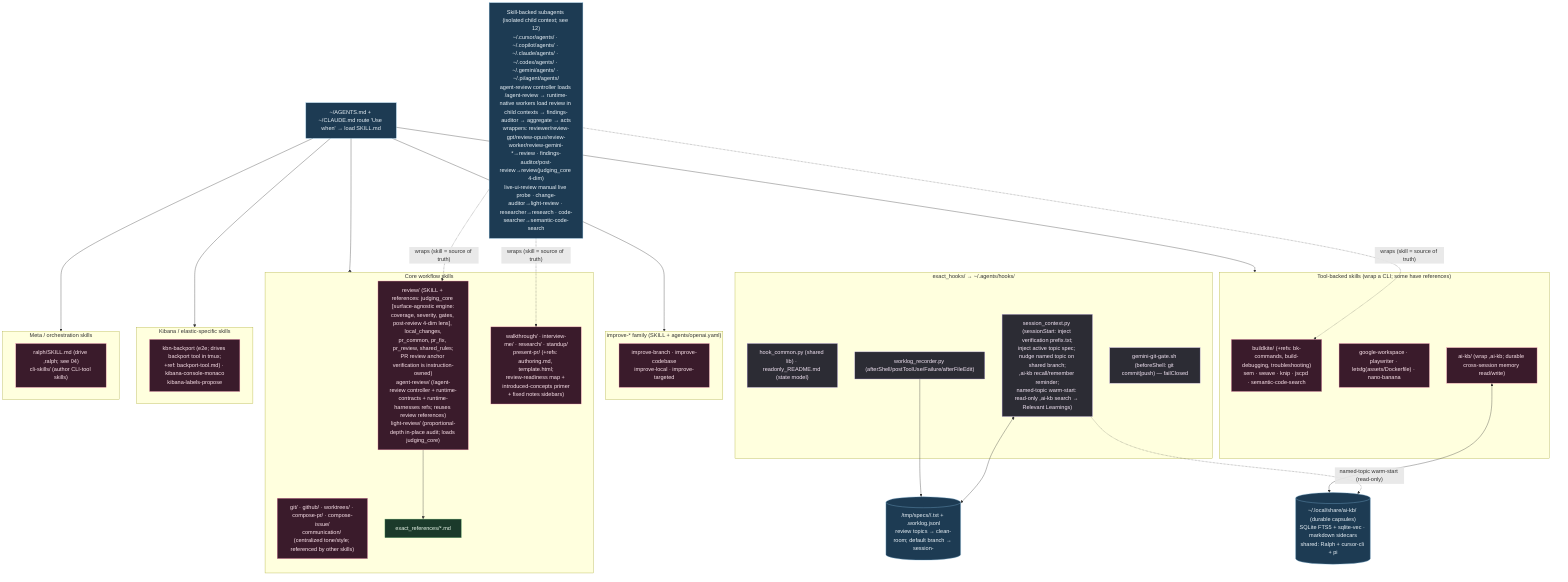
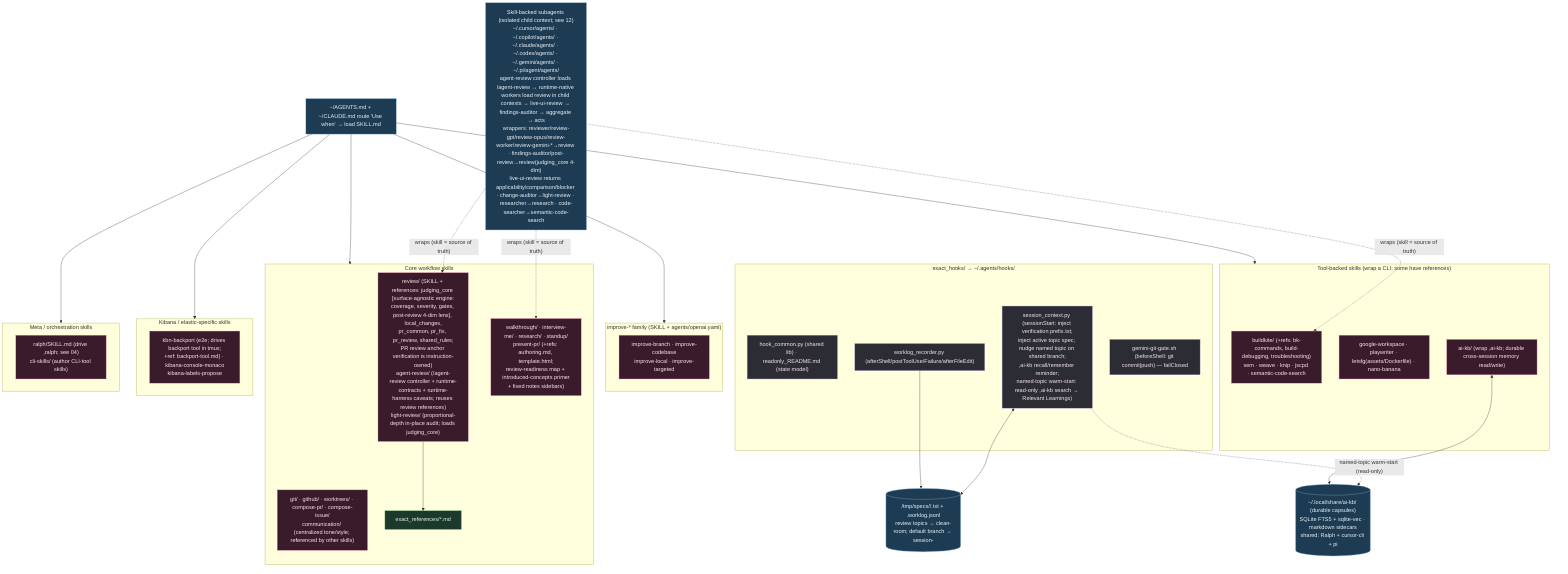
%% ============================================================================
%% 03b-agent-skills-hooks.mmd — Every file under home/exact_dot_agents/ (62).
%% Skills → ~/.agents/skills/ (intent-routed SKILL.md). Shared hooks → ~/.agents/hooks/.
%% ============================================================================
flowchart TB
    classDef skill fill:#3a1b2b,stroke:#f48fb1,color:#fce4ec;
    classDef hook fill:#2c2c34,stroke:#b39ddb,color:#f3e5f5;
    classDef ref fill:#1b3a2b,stroke:#81c784,color:#e8f5e9;
    classDef data fill:#1d3b53,stroke:#7fb3d5,color:#eaf2f8;

    subgraph HOOKS["exact_hooks/ → ~/.agents/hooks/"]
        HC["hook_common.py (shared lib) · readonly_README.md (state model)"]:::hook
        SCx["session_context.py (sessionStart: inject verification prefix.txt;<br/>inject active topic spec; nudge named topic on shared branch;<br/>,ai-kb recall/remember reminder;<br/>named-topic warm-start: read-only ,ai-kb search → Relevant Learnings)"]:::hook
        WLx["worklog_recorder.py (afterShell/postToolUse/Failure/afterFileEdit)"]:::hook
        GG["gemini-git-gate.sh (beforeShell: git commit|push) — failClosed"]:::hook
    end

    MEM[("/tmp/specs/<pwd>/<topic>.txt + .worklog.jsonl<br/>review topics → clean-room; default branch → session-<id>")]:::data
    SCx <--> MEM
    WLx --> MEM

    KBDB[("~/.local/share/ai-kb/ (durable capsules)<br/>SQLite FTS5 + sqlite-vec · markdown sidecars<br/>shared: Ralph + cursor-cli + pi")]:::data
    SCx -. "named-topic warm-start (read-only)" .-> KBDB

    subgraph CORE["Core workflow skills"]
-         S1["review/ (SKILL + references: judging_core [surface-agnostic engine:<br/>coverage, severity, gates, post-review 4-dim lens], local_changes,<br/>pr_common, pr_fix, pr_review, shared_rules;<br/>PR review anchor verification is instruction-owned)<br/>agent-review/ (/agent-review controller + runtime-contracts + runtime-harnesses refs; reuses review references)<br/>light-review/ (proportional-depth in-place audit; loads judging_core)"]:::skill
+         S1["review/ (SKILL + references: judging_core [surface-agnostic engine:<br/>coverage, severity, gates, post-review 4-dim lens], local_changes,<br/>pr_common, pr_fix, pr_review, shared_rules;<br/>PR review anchor verification is instruction-owned)<br/>agent-review/ (/agent-review controller + runtime-contracts + runtime-harness caveats; reuses review references)<br/>light-review/ (proportional-depth in-place audit; loads judging_core)"]:::skill
        S2["git/ · github/ · worktrees/ · compose-pr/ · compose-issue/<br/>communication/ (centralized tone/style; referenced by other skills)"]:::skill
        S3["walkthrough/ · interview-me/ · research/ · standup/<br/>present-pr/ (+refs: authoring.md, template.html;<br/>review-readiness map + introduced-concepts primer<br/>+ fixed notes sidebars)"]:::skill
        S1 --> R1["exact_references/*.md"]:::ref
    end

    subgraph IMPROVE["improve-* family (SKILL + agents/openai.yaml)"]
        S4["improve-branch · improve-codebase<br/>improve-local · improve-targeted"]:::skill
    end

    subgraph TOOLS["Tool-backed skills (wrap a CLI; some have references)"]
        S5["buildkite/ (+refs: bk-commands, build-debugging, troubleshooting)<br/>sem · weave · knip · jscpd · semantic-code-search"]:::skill
        S6["google-workspace · playwriter · letsfg(assets/Dockerfile) · nano-banana"]:::skill
        S7["ai-kb/ (wrap ,ai-kb; durable cross-session memory read/write)"]:::skill
    end

    subgraph KBN["Kibana / elastic-specific skills"]
        S8["kbn-backport (e2e; drives backport tool in tmux;<br/>+ref: backport-tool.md) · kibana-console-monaco<br/>kibana-labels-propose"]:::skill
    end

    subgraph META["Meta / orchestration skills"]
        S9["ralph/SKILL.md (drive ,ralph; see 04)<br/>cli-skills/ (author CLI-tool skills)"]:::skill
    end

    SOPS["~/AGENTS.md + ~/CLAUDE.md route 'Use when' → load SKILL.md"]:::data
    SOPS --> CORE & IMPROVE & TOOLS & KBN & META
    S7 <--> KBDB

-     SUBA["Skill-backed subagents (isolated child context; see 12)<br/>~/.cursor/agents/ · ~/.copilot/agents/ · ~/.claude/agents/ · ~/.codex/agents/ · ~/.gemini/agents/ · ~/.pi/agent/agents/<br/>agent-review controller loads /agent-review → runtime-native workers load review in child contexts → findings-auditor → aggregate → acts<br/>wrappers: reviewer/review-gpt/review-opus/review-worker/review-gemini-*→review · findings-auditor/post-review→review(judging_core 4-dim)<br/>live-ui-review manual live probe · change-auditor→light-review · researcher→research · code-searcher→semantic-code-search"]:::data
+     SUBA["Skill-backed subagents (isolated child context; see 12)<br/>~/.cursor/agents/ · ~/.copilot/agents/ · ~/.claude/agents/ · ~/.codex/agents/ · ~/.gemini/agents/ · ~/.pi/agent/agents/<br/>agent-review controller loads /agent-review → runtime-native workers load review in child contexts → live-ui-review → findings-auditor → aggregate → acts<br/>wrappers: reviewer/review-gpt/review-opus/review-worker/review-gemini-*→review · findings-auditor/post-review→review(judging_core 4-dim)<br/>live-ui-review returns applicability/comparison/blocker · change-auditor→light-review · researcher→research · code-searcher→semantic-code-search"]:::data
    SUBA -.->|"wraps (skill = source of truth)"| S1 & S3 & S5
